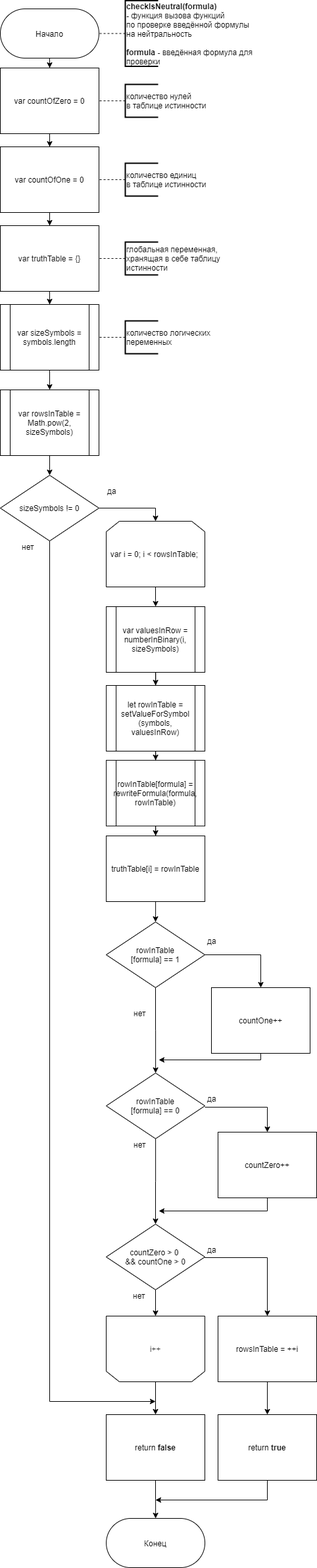
Above: LR2/report/checkIsNeutral.png in Kuzzzya99/LOIS (draw.io), before the change. Source tidied: cells renumbered, new cells last; positions are measured from the earlier drawing's top-left corner, leaving out a move shared by most shapes.
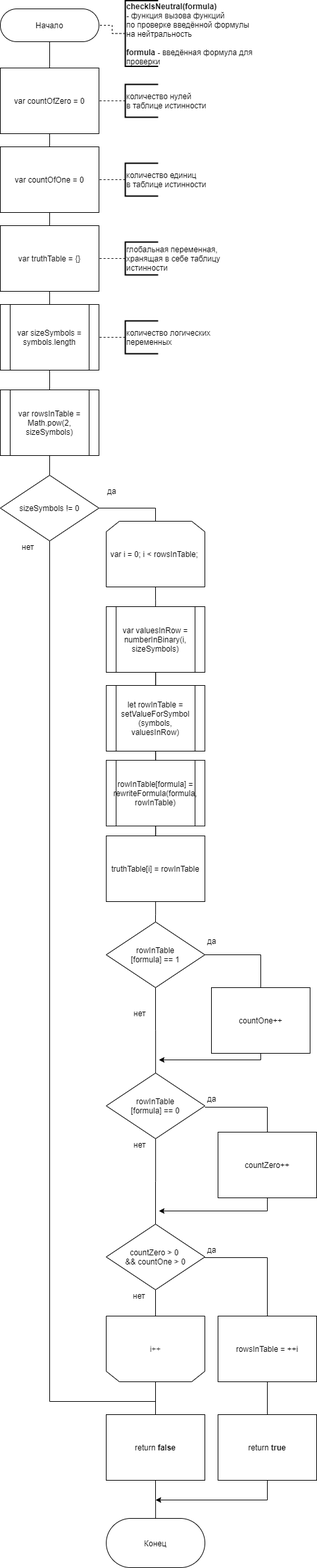
After the commit.

Diff of the diagram source:
```diff
@@ -2,11 +2,11 @@
   <root>
     <mxCell id="0" />
     <mxCell id="1" parent="0" />
-    <mxCell id="2" style="edgeStyle=orthogonalEdgeStyle;rounded=0;jettySize=auto;html=1;" parent="1" edge="1" source="3" target="8">
+    <mxCell id="2" style="edgeStyle=orthogonalEdgeStyle;rounded=0;jettySize=auto;html=1;endArrow=none;endFill=0;" parent="1" edge="1" source="3" target="8">
       <mxGeometry relative="1" as="geometry" />
     </mxCell>
     <mxCell id="3" value="Начало&lt;br&gt;" style="whiteSpace=wrap;html=1;rounded=1;arcSize=50;align=center;verticalAlign=middle;strokeWidth=1;spacing=4;" parent="1" vertex="1">
-      <mxGeometry y="12" width="150" height="75" as="geometry" />
+      <mxGeometry y="12" width="150" height="50" as="geometry" />
     </mxCell>
     <mxCell id="4" style="edgeStyle=orthogonalEdgeStyle;rounded=0;jettySize=auto;html=1;exitX=0;exitY=0.5;exitDx=0;exitDy=0;exitPerimeter=0;entryX=1;entryY=0.5;entryDx=0;entryDy=0;strokeColor=none;" parent="1" edge="1" source="6" target="3">
       <mxGeometry relative="1" as="geometry" />
@@ -17,34 +17,34 @@
     <mxCell id="6" value="&lt;div style=&quot;text-align: left&quot;&gt;&lt;b&gt;checkIsNeutral(formula)&lt;/b&gt;&lt;/div&gt;&lt;div style=&quot;text-align: left&quot;&gt;&lt;b style=&quot;font-weight: bold&quot;&gt;- &lt;/b&gt;функция вызова функций&lt;/div&gt;&lt;div style=&quot;text-align: left&quot;&gt;по проверке введённой формулы&lt;/div&gt;&lt;div style=&quot;text-align: left&quot;&gt;на нейтральность&lt;/div&gt;&lt;div style=&quot;text-align: left&quot;&gt;&lt;br&gt;&lt;/div&gt;&lt;div style=&quot;text-align: left&quot;&gt;&lt;b&gt;formula - &lt;/b&gt;введённая формула для&amp;nbsp;&lt;/div&gt;&lt;div style=&quot;text-align: left&quot;&gt;проверки&lt;/div&gt;" style="strokeWidth=2;html=1;shape=mxgraph.flowchart.annotation_1;align=left;" parent="1" vertex="1">
       <mxGeometry x="190" y="-0.5" width="50" height="100" as="geometry" />
     </mxCell>
-    <mxCell id="7" style="edgeStyle=orthogonalEdgeStyle;rounded=0;jettySize=auto;html=1;" parent="1" edge="1" source="8" target="10">
+    <mxCell id="7" style="edgeStyle=orthogonalEdgeStyle;rounded=0;jettySize=auto;html=1;endArrow=none;endFill=0;" parent="1" edge="1" source="8" target="10">
       <mxGeometry relative="1" as="geometry" />
     </mxCell>
     <mxCell id="8" value="var countOfZero = 0" style="rounded=0;whiteSpace=wrap;html=1;" parent="1" vertex="1">
       <mxGeometry y="102" width="150" height="100" as="geometry" />
     </mxCell>
-    <mxCell id="9" style="edgeStyle=orthogonalEdgeStyle;rounded=0;jettySize=auto;html=1;" parent="1" edge="1" source="10" target="56">
+    <mxCell id="9" style="edgeStyle=orthogonalEdgeStyle;rounded=0;jettySize=auto;html=1;endArrow=none;endFill=0;" parent="1" edge="1" source="10" target="56">
       <mxGeometry relative="1" as="geometry" />
     </mxCell>
     <mxCell id="10" value="var countOfOne = 0" style="rounded=0;whiteSpace=wrap;html=1;" parent="1" vertex="1">
       <mxGeometry y="222" width="150" height="100" as="geometry" />
     </mxCell>
-    <mxCell id="11" style="edgeStyle=orthogonalEdgeStyle;rounded=0;jettySize=auto;html=1;" parent="1" edge="1" source="12" target="17">
+    <mxCell id="11" style="edgeStyle=orthogonalEdgeStyle;rounded=0;jettySize=auto;html=1;endArrow=none;endFill=0;" parent="1" edge="1" source="12" target="17">
       <mxGeometry relative="1" as="geometry" />
     </mxCell>
     <mxCell id="12" value="var rowsInTable = Math.pow(2, sizeSymbols)" style="shape=process;whiteSpace=wrap;html=1;backgroundOutline=1;" parent="1" vertex="1">
       <mxGeometry y="592" width="150" height="100" as="geometry" />
     </mxCell>
-    <mxCell id="13" style="edgeStyle=orthogonalEdgeStyle;rounded=0;jettySize=auto;html=1;" parent="1" edge="1" source="14" target="12">
+    <mxCell id="13" style="edgeStyle=orthogonalEdgeStyle;rounded=0;jettySize=auto;html=1;endArrow=none;endFill=0;" parent="1" edge="1" source="14" target="12">
       <mxGeometry relative="1" as="geometry" />
     </mxCell>
     <mxCell id="14" value="var sizeSymbols = symbols.length" style="shape=process;whiteSpace=wrap;html=1;backgroundOutline=1;" parent="1" vertex="1">
       <mxGeometry y="462" width="150" height="100" as="geometry" />
     </mxCell>
-    <mxCell id="15" style="edgeStyle=orthogonalEdgeStyle;rounded=0;jettySize=auto;html=1;entryX=0.5;entryY=0;entryDx=0;entryDy=0;" parent="1" edge="1" source="17" target="19">
+    <mxCell id="15" style="edgeStyle=orthogonalEdgeStyle;rounded=0;jettySize=auto;html=1;entryX=0.5;entryY=0;entryDx=0;entryDy=0;endArrow=none;endFill=0;" parent="1" edge="1" source="17" target="19">
       <mxGeometry relative="1" as="geometry" />
     </mxCell>
-    <mxCell id="16" style="edgeStyle=orthogonalEdgeStyle;rounded=0;jettySize=auto;html=1;exitX=0.5;exitY=1;exitDx=0;exitDy=0;exitPerimeter=0;" parent="1" edge="1" source="17">
+    <mxCell id="16" style="edgeStyle=orthogonalEdgeStyle;rounded=0;jettySize=auto;html=1;exitX=0.5;exitY=1;exitDx=0;exitDy=0;exitPerimeter=0;endArrow=none;endFill=0;" parent="1" edge="1" source="17">
       <mxGeometry relative="1" as="geometry">
         <mxPoint x="236" y="2132" as="targetPoint" />
         <Array as="points">
@@ -56,25 +56,25 @@
     <mxCell id="17" value="sizeSymbols != 0" style="strokeWidth=1;html=1;shape=mxgraph.flowchart.decision;whiteSpace=wrap;" parent="1" vertex="1">
       <mxGeometry y="722" width="150" height="100" as="geometry" />
     </mxCell>
-    <mxCell id="18" style="edgeStyle=orthogonalEdgeStyle;rounded=0;jettySize=auto;html=1;" parent="1" edge="1" source="19" target="21">
+    <mxCell id="18" style="edgeStyle=orthogonalEdgeStyle;rounded=0;jettySize=auto;html=1;endArrow=none;endFill=0;" parent="1" edge="1" source="19" target="21">
       <mxGeometry relative="1" as="geometry" />
     </mxCell>
     <mxCell id="19" value="var i = 0; i &amp;lt; rowsInTable;&amp;nbsp;" style="shape=loopLimit;whiteSpace=wrap;html=1;" parent="1" vertex="1">
       <mxGeometry x="161" y="792" width="150" height="100" as="geometry" />
     </mxCell>
-    <mxCell id="20" style="edgeStyle=orthogonalEdgeStyle;rounded=0;jettySize=auto;html=1;endArrow=classic;endFill=1;" parent="1" edge="1" source="21" target="23">
+    <mxCell id="20" style="edgeStyle=orthogonalEdgeStyle;rounded=0;jettySize=auto;html=1;endArrow=none;endFill=0;" parent="1" edge="1" source="21" target="23">
       <mxGeometry relative="1" as="geometry" />
     </mxCell>
     <mxCell id="21" value="var valuesInRow = numberInBinary(i, sizeSymbols)" style="shape=process;whiteSpace=wrap;html=1;backgroundOutline=1;strokeWidth=1;" parent="1" vertex="1">
       <mxGeometry x="161.1" y="922" width="150" height="100" as="geometry" />
     </mxCell>
-    <mxCell id="22" style="edgeStyle=orthogonalEdgeStyle;rounded=0;jettySize=auto;html=1;" parent="1" edge="1" source="23" target="25">
+    <mxCell id="22" style="edgeStyle=orthogonalEdgeStyle;rounded=0;jettySize=auto;html=1;endArrow=none;endFill=0;" parent="1" edge="1" source="23" target="25">
       <mxGeometry relative="1" as="geometry" />
     </mxCell>
     <mxCell id="23" value="let rowInTable = setValueForSymbol&lt;br&gt;(symbols, valuesInRow)" style="shape=process;whiteSpace=wrap;html=1;backgroundOutline=1;strokeWidth=1;" parent="1" vertex="1">
       <mxGeometry x="161.1" y="1042" width="150" height="100" as="geometry" />
     </mxCell>
-    <mxCell id="24" style="edgeStyle=orthogonalEdgeStyle;rounded=0;jettySize=auto;html=1;endArrow=classic;endFill=1;" parent="1" edge="1" source="25" target="60">
+    <mxCell id="24" style="edgeStyle=orthogonalEdgeStyle;rounded=0;jettySize=auto;html=1;endArrow=none;endFill=0;" parent="1" edge="1" source="25" target="60">
       <mxGeometry relative="1" as="geometry" />
     </mxCell>
     <mxCell id="25" value="rowInTable[formula] = rewriteFormula(formula, rowInTable)" style="shape=process;whiteSpace=wrap;html=1;backgroundOutline=1;strokeWidth=1;" parent="1" vertex="1">
@@ -89,14 +89,14 @@
     <mxCell id="28" value="да" style="text;html=1;align=left;verticalAlign=top;spacingTop=-4;" parent="1" vertex="1">
       <mxGeometry x="244.1" y="1295.9" width="30" height="20" as="geometry" />
     </mxCell>
-    <mxCell id="29" style="edgeStyle=orthogonalEdgeStyle;rounded=0;jettySize=auto;html=1;entryX=0.5;entryY=0;entryDx=0;entryDy=0;" parent="1" edge="1" source="31" target="34">
+    <mxCell id="29" style="edgeStyle=orthogonalEdgeStyle;rounded=0;jettySize=auto;html=1;entryX=0.5;entryY=0;entryDx=0;entryDy=0;endArrow=none;endFill=0;" parent="1" edge="1" source="31" target="34">
       <mxGeometry relative="1" as="geometry">
         <Array as="points">
           <mxPoint x="406" y="1684" />
         </Array>
       </mxGeometry>
     </mxCell>
-    <mxCell id="30" style="edgeStyle=orthogonalEdgeStyle;rounded=0;jettySize=auto;html=1;" parent="1" edge="1" source="31" target="38">
+    <mxCell id="30" style="edgeStyle=orthogonalEdgeStyle;rounded=0;jettySize=auto;html=1;endArrow=none;endFill=0;" parent="1" edge="1" source="31" target="38">
       <mxGeometry relative="1" as="geometry" />
     </mxCell>
     <mxCell id="31" value="rowInTable&lt;br&gt;[formula] == 0" style="strokeWidth=1;html=1;shape=mxgraph.flowchart.decision;whiteSpace=wrap;" parent="1" vertex="1">
@@ -119,14 +119,14 @@
     <mxCell id="35" value="да" style="text;html=1;align=left;verticalAlign=top;spacingTop=-4;" parent="1" vertex="1">
       <mxGeometry x="244.1" y="1458.4" width="30" height="20" as="geometry" />
     </mxCell>
-    <mxCell id="36" style="edgeStyle=orthogonalEdgeStyle;rounded=0;jettySize=auto;html=1;entryX=0.5;entryY=0;entryDx=0;entryDy=0;exitX=1;exitY=0.5;exitDx=0;exitDy=0;exitPerimeter=0;" parent="1" edge="1" source="38" target="62">
+    <mxCell id="36" style="edgeStyle=orthogonalEdgeStyle;rounded=0;jettySize=auto;html=1;entryX=0.5;entryY=0;entryDx=0;entryDy=0;exitX=1;exitY=0.5;exitDx=0;exitDy=0;exitPerimeter=0;endArrow=none;endFill=0;" parent="1" edge="1" source="38" target="62">
       <mxGeometry relative="1" as="geometry">
         <Array as="points">
           <mxPoint x="406" y="1913" />
         </Array>
       </mxGeometry>
     </mxCell>
-    <mxCell id="37" style="edgeStyle=orthogonalEdgeStyle;rounded=0;jettySize=auto;html=1;entryX=0.5;entryY=0;entryDx=0;entryDy=0;endArrow=classic;endFill=1;" parent="1" edge="1" source="38" target="46">
+    <mxCell id="37" style="edgeStyle=orthogonalEdgeStyle;rounded=0;jettySize=auto;html=1;entryX=0.5;entryY=0;entryDx=0;entryDy=0;endArrow=none;endFill=0;" parent="1" edge="1" source="38" target="46">
       <mxGeometry relative="1" as="geometry" />
     </mxCell>
     <mxCell id="38" value="countZero &amp;gt; 0 &lt;br&gt;&amp;amp;&amp;amp; countOne &amp;gt; 0" style="strokeWidth=1;html=1;shape=mxgraph.flowchart.decision;whiteSpace=wrap;" parent="1" vertex="1">
@@ -147,7 +147,7 @@
     <mxCell id="41" value="да" style="text;html=1;align=left;verticalAlign=top;spacingTop=-4;" parent="1" vertex="1">
       <mxGeometry x="313" y="1422" width="30" height="20" as="geometry" />
     </mxCell>
-    <mxCell id="42" style="edgeStyle=orthogonalEdgeStyle;rounded=0;jettySize=auto;html=1;" parent="1" edge="1" source="43" target="48">
+    <mxCell id="42" style="edgeStyle=orthogonalEdgeStyle;rounded=0;jettySize=auto;html=1;endArrow=none;endFill=0;" parent="1" edge="1" source="43" target="48">
       <mxGeometry relative="1" as="geometry" />
     </mxCell>
     <mxCell id="43" value="return &lt;b&gt;false&lt;/b&gt;" style="rounded=0;whiteSpace=wrap;html=1;strokeWidth=1;" parent="1" vertex="1">
@@ -156,7 +156,7 @@
     <mxCell id="44" value="нет" style="text;html=1;align=left;verticalAlign=top;spacingTop=-4;" parent="1" vertex="1">
       <mxGeometry x="201" y="1532" width="30" height="20" as="geometry" />
     </mxCell>
-    <mxCell id="45" style="edgeStyle=orthogonalEdgeStyle;rounded=0;jettySize=auto;html=1;" parent="1" edge="1" source="46" target="43">
+    <mxCell id="45" style="edgeStyle=orthogonalEdgeStyle;rounded=0;jettySize=auto;html=1;endArrow=none;endFill=0;" parent="1" edge="1" source="46" target="43">
       <mxGeometry relative="1" as="geometry" />
     </mxCell>
     <mxCell id="46" value="i++" style="shape=loopLimit;whiteSpace=wrap;html=1;rotation=0;textOpacity=80;direction=east;flipH=0;flipV=1;" parent="1" vertex="1">
@@ -186,7 +186,7 @@
     <mxCell id="54" value="количество логических&lt;br&gt;переменных&lt;br&gt;" style="strokeWidth=2;html=1;shape=mxgraph.flowchart.annotation_1;align=left;" parent="1" vertex="1">
       <mxGeometry x="190" y="487" width="50" height="50" as="geometry" />
     </mxCell>
-    <mxCell id="55" style="edgeStyle=orthogonalEdgeStyle;rounded=0;jettySize=auto;html=1;" parent="1" edge="1" source="56" target="14">
+    <mxCell id="55" style="edgeStyle=orthogonalEdgeStyle;rounded=0;jettySize=auto;html=1;endArrow=none;endFill=0;" parent="1" edge="1" source="56" target="14">
       <mxGeometry relative="1" as="geometry" />
     </mxCell>
     <mxCell id="56" value="var truthTable = {}" style="rounded=0;whiteSpace=wrap;html=1;" parent="1" vertex="1">
@@ -198,13 +198,13 @@
     <mxCell id="58" value="&lt;div style=&quot;text-align: left&quot;&gt;глобальная переменная,&lt;/div&gt;&lt;div style=&quot;text-align: left&quot;&gt;хранящая в себе таблицу&lt;/div&gt;&lt;div style=&quot;text-align: left&quot;&gt;истинности&lt;/div&gt;" style="strokeWidth=2;html=1;shape=mxgraph.flowchart.annotation_1;align=left;" parent="1" vertex="1">
       <mxGeometry x="190" y="367" width="50" height="50" as="geometry" />
     </mxCell>
-    <mxCell id="59" style="edgeStyle=orthogonalEdgeStyle;rounded=0;jettySize=auto;html=1;entryX=0.5;entryY=0;entryDx=0;entryDy=0;entryPerimeter=0;endArrow=classic;endFill=1;" parent="1" edge="1" source="60" target="65">
+    <mxCell id="59" style="edgeStyle=orthogonalEdgeStyle;rounded=0;jettySize=auto;html=1;entryX=0.5;entryY=0;entryDx=0;entryDy=0;entryPerimeter=0;endArrow=none;endFill=0;" parent="1" edge="1" source="60" target="65">
       <mxGeometry relative="1" as="geometry" />
     </mxCell>
     <mxCell id="60" value="truthTable[i] = rowInTable" style="rounded=0;whiteSpace=wrap;html=1;" parent="1" vertex="1">
       <mxGeometry x="161.1" y="1271" width="150" height="100" as="geometry" />
     </mxCell>
-    <mxCell id="61" style="edgeStyle=orthogonalEdgeStyle;rounded=0;jettySize=auto;html=1;endArrow=classic;endFill=1;" parent="1" edge="1" source="62" target="40">
+    <mxCell id="61" style="edgeStyle=orthogonalEdgeStyle;rounded=0;jettySize=auto;html=1;endArrow=none;endFill=0;" parent="1" edge="1" source="62" target="40">
       <mxGeometry relative="1" as="geometry" />
     </mxCell>
     <mxCell id="62" value="&lt;span&gt;rowsInTable = ++i&lt;/span&gt;&lt;br&gt;" style="rounded=0;whiteSpace=wrap;html=1;strokeWidth=1;" parent="1" vertex="1">
@@ -213,13 +213,13 @@
     <mxCell id="63" style="edgeStyle=orthogonalEdgeStyle;rounded=0;orthogonalLoop=1;jettySize=auto;html=1;exitX=0.5;exitY=1;exitDx=0;exitDy=0;exitPerimeter=0;" parent="1" edge="1" source="58" target="58">
       <mxGeometry relative="1" as="geometry" />
     </mxCell>
-    <mxCell id="64" style="edgeStyle=orthogonalEdgeStyle;rounded=0;jettySize=auto;html=1;" parent="1" edge="1" source="65" target="31">
+    <mxCell id="64" style="edgeStyle=orthogonalEdgeStyle;rounded=0;jettySize=auto;html=1;endArrow=none;endFill=0;" parent="1" edge="1" source="65" target="31">
       <mxGeometry relative="1" as="geometry" />
     </mxCell>
     <mxCell id="65" value="rowInTable&lt;br&gt;[formula] == 1" style="strokeWidth=1;html=1;shape=mxgraph.flowchart.decision;whiteSpace=wrap;" parent="1" vertex="1">
       <mxGeometry x="161" y="1402" width="150" height="100" as="geometry" />
     </mxCell>
-    <mxCell id="66" style="edgeStyle=orthogonalEdgeStyle;rounded=0;jettySize=auto;html=1;entryX=0.5;entryY=0;entryDx=0;entryDy=0;" parent="1" edge="1" source="65" target="27">
+    <mxCell id="66" style="edgeStyle=orthogonalEdgeStyle;rounded=0;jettySize=auto;html=1;entryX=0.5;entryY=0;entryDx=0;entryDy=0;endArrow=none;endFill=0;" parent="1" edge="1" source="65" target="27">
       <mxGeometry relative="1" as="geometry">
         <Array as="points">
           <mxPoint x="396" y="1452" />
```
